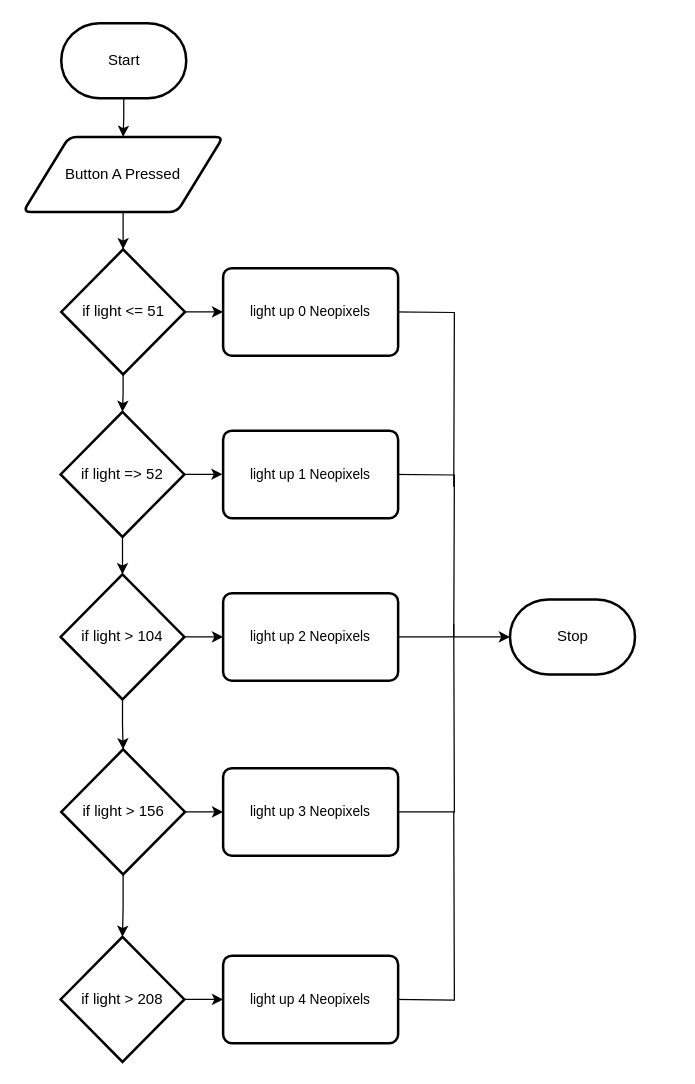
Above: design/flowchart.drawio in MTHS-TEJ2O-1-2023/TEJ2O-Unit-2-10-Julianne-Leblanc-Peltier (draw.io), before the change. Source tidied: cells renumbered, new cells numbered last; positions are measured from the earlier drawing's top-left corner, leaving out a move shared by most shapes. Both pictures are drawn from the tidied source at 125%, with x=0, y=0 at pixel (22, 22).
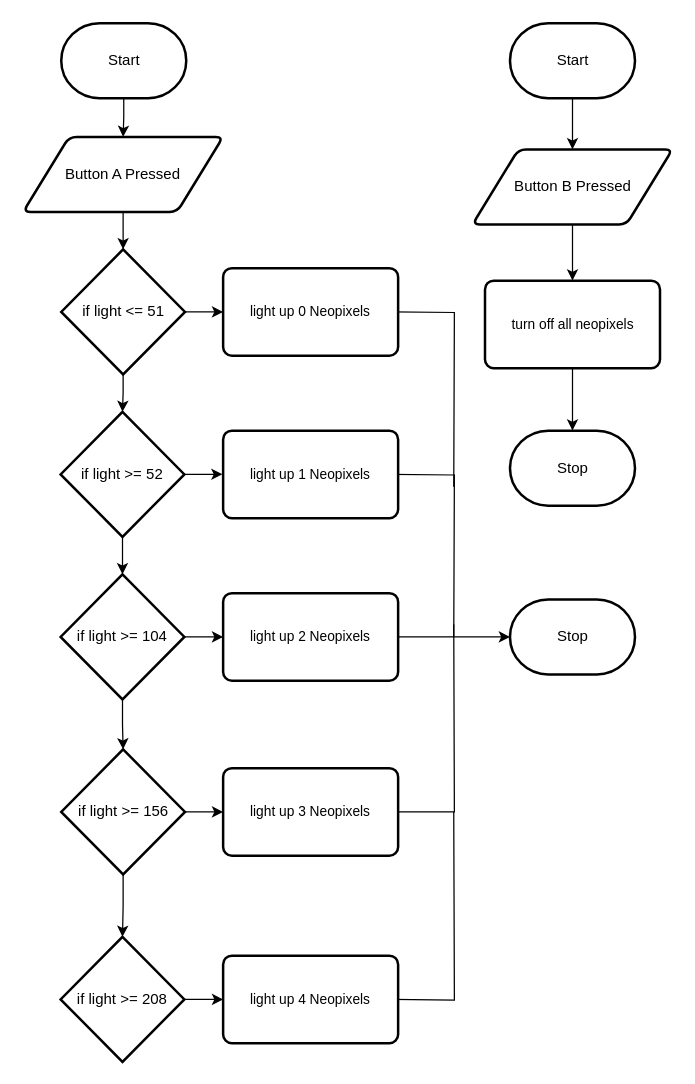
The same page after the edit.

Change to the diagram source:
```diff
@@
-    <mxCell id="11" value="if light =&amp;gt; 52" style="strokeWidth=2;html=1;shape=mxgraph.flowchart.decision;whiteSpace=wrap;" parent="1" vertex="1">
+    <mxCell id="11" value="if light &amp;gt;= 52" style="strokeWidth=2;html=1;shape=mxgraph.flowchart.decision;whiteSpace=wrap;" parent="1" vertex="1">
       <mxGeometry x="30" y="311" width="99" height="100" as="geometry" />
     </mxCell>
@@
-    <mxCell id="13" value="if light &amp;gt; 104" style="strokeWidth=2;html=1;shape=mxgraph.flowchart.decision;whiteSpace=wrap;" parent="1" vertex="1">
+    <mxCell id="13" value="if light &amp;gt;= 104" style="strokeWidth=2;html=1;shape=mxgraph.flowchart.decision;whiteSpace=wrap;" parent="1" vertex="1">
       <mxGeometry x="30" y="441" width="99" height="100" as="geometry" />
     </mxCell>
@@
-    <mxCell id="17" value="if light &amp;gt; 156" style="strokeWidth=2;html=1;shape=mxgraph.flowchart.decision;whiteSpace=wrap;" parent="1" vertex="1">
+    <mxCell id="17" value="if light &amp;gt;= 156" style="strokeWidth=2;html=1;shape=mxgraph.flowchart.decision;whiteSpace=wrap;" parent="1" vertex="1">
       <mxGeometry x="30.5" y="581" width="99" height="100" as="geometry" />
     </mxCell>
@@
-    <mxCell id="27" value="if light &amp;gt; 208" style="strokeWidth=2;html=1;shape=mxgraph.flowchart.decision;whiteSpace=wrap;" parent="1" vertex="1">
+    <mxCell id="27" value="if light &amp;gt;= 208" style="strokeWidth=2;html=1;shape=mxgraph.flowchart.decision;whiteSpace=wrap;" parent="1" vertex="1">
       <mxGeometry x="30" y="731" width="99" height="100" as="geometry" />
     </mxCell>
@@
+    <mxCell id="31" style="edgeStyle=none;html=1;exitX=0.5;exitY=1;exitDx=0;exitDy=0;exitPerimeter=0;entryX=0.5;entryY=0;entryDx=0;entryDy=0;" parent="1" edge="1" source="32" target="35">
+      <mxGeometry relative="1" as="geometry" />
+    </mxCell>
+    <mxCell id="32" value="Start" style="strokeWidth=2;html=1;shape=mxgraph.flowchart.terminator;whiteSpace=wrap;" parent="1" vertex="1">
+      <mxGeometry x="389.5" width="100" height="60" as="geometry" />
+    </mxCell>
+    <mxCell id="33" value="Stop" style="strokeWidth=2;html=1;shape=mxgraph.flowchart.terminator;whiteSpace=wrap;" parent="1" vertex="1">
+      <mxGeometry x="389.5" y="326" width="100" height="60" as="geometry" />
+    </mxCell>
+    <mxCell id="34" style="edgeStyle=none;html=1;exitX=0.5;exitY=1;exitDx=0;exitDy=0;entryX=0.5;entryY=0;entryDx=0;entryDy=0;" parent="1" edge="1" source="35" target="37">
+      <mxGeometry relative="1" as="geometry" />
+    </mxCell>
+    <mxCell id="35" value="Button B Pressed" style="shape=parallelogram;html=1;strokeWidth=2;perimeter=parallelogramPerimeter;whiteSpace=wrap;rounded=1;arcSize=12;size=0.23;" parent="1" vertex="1">
+      <mxGeometry x="359.5" y="101" width="160" height="60" as="geometry" />
+    </mxCell>
+    <mxCell id="36" style="edgeStyle=none;html=1;exitX=0.5;exitY=1;exitDx=0;exitDy=0;" parent="1" edge="1" source="37" target="33">
+      <mxGeometry relative="1" as="geometry" />
+    </mxCell>
+    <mxCell id="37" value="turn off all neopixels" style="rounded=1;whiteSpace=wrap;html=1;absoluteArcSize=1;arcSize=14;strokeWidth=2;fontFamily=Helvetica;fontSize=11;fontColor=default;" parent="1" vertex="1">
+      <mxGeometry x="369.5" y="206" width="140" height="70" as="geometry" />
+    </mxCell>
```
